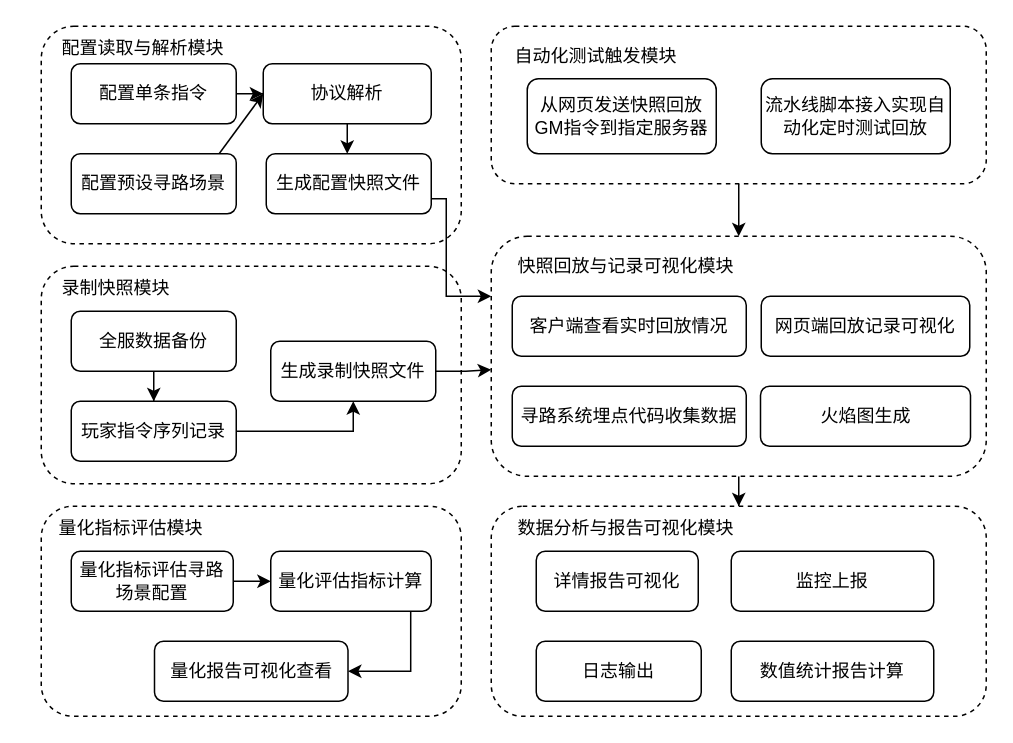
Earlier version of the draw.io diagram 系统模块图.drawio (Carol9s/Drawing). Source tidied: cells renumbered, new cells numbered last; positions are measured from the earlier drawing's top-left corner, leaving out a move shared by most shapes. Both pictures are drawn from the tidied source at 150%, with x=0, y=0 at pixel (26, 26).
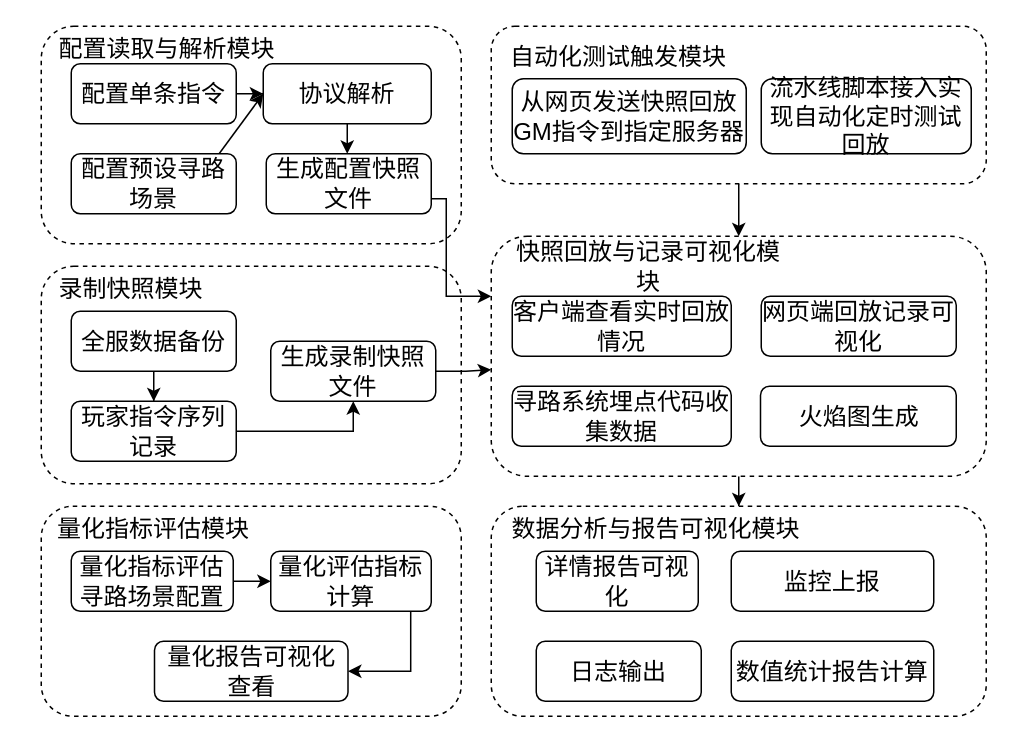
Above is the later version.

Commit message:
更新系统模块图.drawio

Diff of the diagram source:
```diff
@@
-    <mxCell id="2" style="edgeStyle=orthogonalEdgeStyle;rounded=0;jettySize=auto;html=1;entryX=0.5;entryY=0;entryDx=0;entryDy=0;" parent="1" edge="1" source="3" target="28">
+    <mxCell id="2" style="edgeStyle=orthogonalEdgeStyle;rounded=0;jettySize=auto;html=1;entryX=0.5;entryY=0;entryDx=0;entryDy=0;fontSize=16;" parent="1" edge="1" source="3" target="28">
       <mxGeometry relative="1" as="geometry" />
     </mxCell>
-    <mxCell id="3" style="rounded=1;whiteSpace=wrap;html=1;dashed=1;" parent="1" vertex="1">
+    <mxCell id="3" style="rounded=1;whiteSpace=wrap;html=1;dashed=1;fontSize=16;" parent="1" vertex="1">
       <mxGeometry x="310" y="140" width="330" height="160" as="geometry" />
     </mxCell>
-    <mxCell id="4" style="rounded=1;whiteSpace=wrap;html=1;dashed=1;" parent="1" vertex="1">
+    <mxCell id="4" style="rounded=1;whiteSpace=wrap;html=1;dashed=1;fontSize=16;" parent="1" vertex="1">
       <mxGeometry x="10" y="160" width="280" height="145" as="geometry" />
     </mxCell>
-    <mxCell id="5" style="rounded=1;whiteSpace=wrap;html=1;dashed=1;" parent="1" vertex="1">
+    <mxCell id="5" style="rounded=1;whiteSpace=wrap;html=1;dashed=1;fontSize=16;" parent="1" vertex="1">
       <mxGeometry x="10" width="280" height="145" as="geometry" />
     </mxCell>
-    <mxCell id="6" style="edgeStyle=orthogonalEdgeStyle;rounded=0;jettySize=auto;html=1;exitX=1;exitY=0.5;exitDx=0;exitDy=0;" parent="1" edge="1" source="7" target="11">
+    <mxCell id="6" style="edgeStyle=orthogonalEdgeStyle;rounded=0;jettySize=auto;html=1;exitX=1;exitY=0.5;exitDx=0;exitDy=0;fontSize=16;" parent="1" edge="1" source="7" target="11">
       <mxGeometry relative="1" as="geometry" />
     </mxCell>
-    <mxCell id="7" value="配置单条指令" style="rounded=1;whiteSpace=wrap;html=1;" parent="1" vertex="1">
+    <mxCell id="7" value="配置单条指令" style="rounded=1;whiteSpace=wrap;html=1;fontSize=16;" parent="1" vertex="1">
       <mxGeometry x="30" y="25" width="110" height="40" as="geometry" />
     </mxCell>
-    <mxCell id="8" style="rounded=0;jettySize=auto;html=1;entryX=0;entryY=0.5;entryDx=0;entryDy=0;exitX=0.885;exitY=0.042;exitDx=0;exitDy=0;exitPerimeter=0;" parent="1" edge="1" source="9" target="11">
+    <mxCell id="8" style="rounded=0;jettySize=auto;html=1;entryX=0;entryY=0.5;entryDx=0;entryDy=0;exitX=0.885;exitY=0.042;exitDx=0;exitDy=0;exitPerimeter=0;fontSize=16;" parent="1" edge="1" source="9" target="11">
       <mxGeometry relative="1" as="geometry" />
     </mxCell>
-    <mxCell id="9" value="配置预设寻路场景" style="rounded=1;whiteSpace=wrap;html=1;" parent="1" vertex="1">
+    <mxCell id="9" value="配置预设寻路场景" style="rounded=1;whiteSpace=wrap;html=1;fontSize=16;" parent="1" vertex="1">
       <mxGeometry x="30" y="85" width="110" height="40" as="geometry" />
     </mxCell>
-    <mxCell id="10" style="edgeStyle=orthogonalEdgeStyle;rounded=0;jettySize=auto;html=1;" parent="1" edge="1" source="11" target="13">
+    <mxCell id="10" style="edgeStyle=orthogonalEdgeStyle;rounded=0;jettySize=auto;html=1;fontSize=16;" parent="1" edge="1" source="11" target="13">
       <mxGeometry relative="1" as="geometry">
         <Array as="points">
           <mxPoint x="215" y="85" />
           <mxPoint x="215" y="85" />
         </Array>
       </mxGeometry>
     </mxCell>
-    <mxCell id="11" value="协议解析" style="rounded=1;whiteSpace=wrap;html=1;" parent="1" vertex="1">
+    <mxCell id="11" value="协议解析" style="rounded=1;whiteSpace=wrap;html=1;fontSize=16;" parent="1" vertex="1">
       <mxGeometry x="158" y="25" width="112" height="40" as="geometry" />
     </mxCell>
-    <mxCell id="12" style="edgeStyle=orthogonalEdgeStyle;rounded=0;jettySize=auto;html=1;entryX=0;entryY=0.25;entryDx=0;entryDy=0;" parent="1" edge="1" source="13" target="3">
+    <mxCell id="12" style="edgeStyle=orthogonalEdgeStyle;rounded=0;jettySize=auto;html=1;entryX=0;entryY=0.25;entryDx=0;entryDy=0;fontSize=16;" parent="1" edge="1" source="13" target="3">
       <mxGeometry relative="1" as="geometry">
         <Array as="points">
           <mxPoint x="280" y="115" />
           <mxPoint x="280" y="180" />
         </Array>
       </mxGeometry>
     </mxCell>
-    <mxCell id="13" value="生成配置快照文件" style="rounded=1;whiteSpace=wrap;html=1;" parent="1" vertex="1">
+    <mxCell id="13" value="生成配置快照文件" style="rounded=1;whiteSpace=wrap;html=1;fontSize=16;" parent="1" vertex="1">
       <mxGeometry x="160" y="85" width="110" height="40" as="geometry" />
     </mxCell>
-    <mxCell id="14" style="edgeStyle=orthogonalEdgeStyle;rounded=0;jettySize=auto;html=1;" parent="1" edge="1" source="15" target="17">
+    <mxCell id="14" style="edgeStyle=orthogonalEdgeStyle;rounded=0;jettySize=auto;html=1;fontSize=16;" parent="1" edge="1" source="15" target="17">
       <mxGeometry relative="1" as="geometry" />
     </mxCell>
-    <mxCell id="15" value="全服数据备份" style="rounded=1;whiteSpace=wrap;html=1;" parent="1" vertex="1">
+    <mxCell id="15" value="全服数据备份" style="rounded=1;whiteSpace=wrap;html=1;fontSize=16;" parent="1" vertex="1">
       <mxGeometry x="30" y="190" width="110" height="40" as="geometry" />
     </mxCell>
-    <mxCell id="16" style="rounded=0;jettySize=auto;html=1;entryX=0.5;entryY=1;entryDx=0;entryDy=0;edgeStyle=orthogonalEdgeStyle;" parent="1" edge="1" source="17" target="19">
+    <mxCell id="16" style="rounded=0;jettySize=auto;html=1;entryX=0.5;entryY=1;entryDx=0;entryDy=0;edgeStyle=orthogonalEdgeStyle;fontSize=16;" parent="1" edge="1" source="17" target="19">
       <mxGeometry relative="1" as="geometry" />
     </mxCell>
-    <mxCell id="17" value="玩家指令序列记录" style="rounded=1;whiteSpace=wrap;html=1;" parent="1" vertex="1">
+    <mxCell id="17" value="玩家指令序列记录" style="rounded=1;whiteSpace=wrap;html=1;fontSize=16;" parent="1" vertex="1">
       <mxGeometry x="30" y="250" width="110" height="40" as="geometry" />
     </mxCell>
-    <mxCell id="18" style="edgeStyle=orthogonalEdgeStyle;rounded=0;jettySize=auto;html=1;" parent="1" edge="1" source="19">
+    <mxCell id="18" style="edgeStyle=orthogonalEdgeStyle;rounded=0;jettySize=auto;html=1;fontSize=16;" parent="1" edge="1" source="19">
       <mxGeometry relative="1" as="geometry">
         <mxPoint x="310" y="229" as="targetPoint" />
       </mxGeometry>
     </mxCell>
-    <mxCell id="19" value="生成录制快照文件" style="rounded=1;whiteSpace=wrap;html=1;" parent="1" vertex="1">
+    <mxCell id="19" value="生成录制快照文件" style="rounded=1;whiteSpace=wrap;html=1;fontSize=16;" parent="1" vertex="1">
       <mxGeometry x="163" y="210" width="110" height="40" as="geometry" />
     </mxCell>
-    <mxCell id="20" style="edgeStyle=orthogonalEdgeStyle;rounded=0;jettySize=auto;html=1;entryX=0.5;entryY=0;entryDx=0;entryDy=0;" parent="1" edge="1" source="21" target="3">
+    <mxCell id="20" style="edgeStyle=orthogonalEdgeStyle;rounded=0;jettySize=auto;html=1;entryX=0.5;entryY=0;entryDx=0;entryDy=0;fontSize=16;" parent="1" edge="1" source="21" target="3">
       <mxGeometry relative="1" as="geometry" />
     </mxCell>
-    <mxCell id="21" style="rounded=1;whiteSpace=wrap;html=1;dashed=1;" parent="1" vertex="1">
+    <mxCell id="21" style="rounded=1;whiteSpace=wrap;html=1;dashed=1;fontSize=16;" parent="1" vertex="1">
       <mxGeometry x="310" width="330" height="105" as="geometry" />
     </mxCell>
-    <mxCell id="22" value="从网页发送快照回放GM指令到指定服务器" style="rounded=1;whiteSpace=wrap;html=1;" parent="1" vertex="1">
-      <mxGeometry x="334" y="35" width="126" height="50" as="geometry" />
+    <mxCell id="22" value="从网页发送快照回放GM指令到指定服务器" style="rounded=1;whiteSpace=wrap;html=1;fontSize=16;" parent="1" vertex="1">
+      <mxGeometry x="324" y="35" width="156" height="50" as="geometry" />
     </mxCell>
-    <mxCell id="23" value="流水线脚本接入实现自动化定时测试回放" style="rounded=1;whiteSpace=wrap;html=1;" parent="1" vertex="1">
-      <mxGeometry x="490" y="35" width="126" height="50" as="geometry" />
+    <mxCell id="23" value="流水线脚本接入实现自动化定时测试回放" style="rounded=1;whiteSpace=wrap;html=1;fontSize=16;" parent="1" vertex="1">
+      <mxGeometry x="490" y="35" width="140" height="50" as="geometry" />
     </mxCell>
-    <mxCell id="24" value="客户端查看实时回放情况" style="rounded=1;whiteSpace=wrap;html=1;" parent="1" vertex="1">
-      <mxGeometry x="324" y="180" width="156" height="40" as="geometry" />
+    <mxCell id="24" value="客户端查看实时回放情况" style="rounded=1;whiteSpace=wrap;html=1;fontSize=16;" parent="1" vertex="1">
+      <mxGeometry x="324" y="180" width="146" height="40" as="geometry" />
     </mxCell>
-    <mxCell id="25" value="网页端回放记录可视化" style="rounded=1;whiteSpace=wrap;html=1;" parent="1" vertex="1">
-      <mxGeometry x="490" y="180" width="139" height="40" as="geometry" />
+    <mxCell id="25" value="网页端回放记录可视化" style="rounded=1;whiteSpace=wrap;html=1;fontSize=16;" parent="1" vertex="1">
+      <mxGeometry x="490" y="180" width="130" height="40" as="geometry" />
     </mxCell>
-    <mxCell id="26" value="寻路系统埋点代码收集数据" style="rounded=1;whiteSpace=wrap;html=1;" parent="1" vertex="1">
-      <mxGeometry x="324" y="240" width="156" height="40" as="geometry" />
+    <mxCell id="26" value="寻路系统埋点代码收集数据" style="rounded=1;whiteSpace=wrap;html=1;fontSize=16;" parent="1" vertex="1">
+      <mxGeometry x="324" y="240" width="146" height="40" as="geometry" />
     </mxCell>
-    <mxCell id="27" value="火焰图生成" style="rounded=1;whiteSpace=wrap;html=1;" parent="1" vertex="1">
-      <mxGeometry x="489.5" y="240" width="140" height="40" as="geometry" />
+    <mxCell id="27" value="火焰图生成" style="rounded=1;whiteSpace=wrap;html=1;fontSize=16;" parent="1" vertex="1">
+      <mxGeometry x="489.5" y="240" width="130.5" height="40" as="geometry" />
     </mxCell>
-    <mxCell id="28" style="rounded=1;whiteSpace=wrap;html=1;dashed=1;" parent="1" vertex="1">
+    <mxCell id="28" style="rounded=1;whiteSpace=wrap;html=1;dashed=1;fontSize=16;" parent="1" vertex="1">
       <mxGeometry x="310" y="320" width="330" height="140" as="geometry" />
     </mxCell>
-    <mxCell id="29" value="详情报告可视化" style="rounded=1;whiteSpace=wrap;html=1;" parent="1" vertex="1">
+    <mxCell id="29" value="详情报告可视化" style="rounded=1;whiteSpace=wrap;html=1;fontSize=16;" parent="1" vertex="1">
       <mxGeometry x="340" y="350" width="108" height="40" as="geometry" />
     </mxCell>
-    <mxCell id="30" value="数值统计报告计算" style="rounded=1;whiteSpace=wrap;html=1;" parent="1" vertex="1">
+    <mxCell id="30" value="数值统计报告计算" style="rounded=1;whiteSpace=wrap;html=1;fontSize=16;" parent="1" vertex="1">
       <mxGeometry x="470" y="410" width="135" height="40" as="geometry" />
     </mxCell>
-    <mxCell id="31" value="日志输出" style="rounded=1;whiteSpace=wrap;html=1;" parent="1" vertex="1">
+    <mxCell id="31" value="日志输出" style="rounded=1;whiteSpace=wrap;html=1;fontSize=16;" parent="1" vertex="1">
       <mxGeometry x="340" y="410" width="110" height="40" as="geometry" />
     </mxCell>
-    <mxCell id="32" value="监控上报" style="rounded=1;whiteSpace=wrap;html=1;" parent="1" vertex="1">
+    <mxCell id="32" value="监控上报" style="rounded=1;whiteSpace=wrap;html=1;fontSize=16;" parent="1" vertex="1">
       <mxGeometry x="470" y="350" width="135" height="40" as="geometry" />
     </mxCell>
-    <mxCell id="33" style="rounded=1;whiteSpace=wrap;html=1;dashed=1;" parent="1" vertex="1">
+    <mxCell id="33" style="rounded=1;whiteSpace=wrap;html=1;dashed=1;fontSize=16;" parent="1" vertex="1">
       <mxGeometry x="10" y="320" width="280" height="140" as="geometry" />
     </mxCell>
-    <mxCell id="34" style="edgeStyle=orthogonalEdgeStyle;rounded=0;jettySize=auto;html=1;" parent="1" edge="1" source="35" target="38">
+    <mxCell id="34" style="edgeStyle=orthogonalEdgeStyle;rounded=0;jettySize=auto;html=1;fontSize=16;" parent="1" edge="1" source="35" target="38">
       <mxGeometry relative="1" as="geometry" />
     </mxCell>
-    <mxCell id="35" value="量化指标评估寻路场景配置" style="rounded=1;whiteSpace=wrap;html=1;" parent="1" vertex="1">
+    <mxCell id="35" value="量化指标评估寻路场景配置" style="rounded=1;whiteSpace=wrap;html=1;fontSize=16;" parent="1" vertex="1">
       <mxGeometry x="30" y="350" width="108" height="40" as="geometry" />
     </mxCell>
-    <mxCell id="36" value="量化报告可视化查看" style="rounded=1;whiteSpace=wrap;html=1;" parent="1" vertex="1">
+    <mxCell id="36" value="量化报告可视化查看" style="rounded=1;whiteSpace=wrap;html=1;fontSize=16;" parent="1" vertex="1">
       <mxGeometry x="85.5" y="410" width="129" height="40" as="geometry" />
     </mxCell>
-    <mxCell id="37" style="edgeStyle=orthogonalEdgeStyle;rounded=0;jettySize=auto;html=1;exitX=0.872;exitY=1.006;exitDx=0;exitDy=0;entryX=1;entryY=0.5;entryDx=0;entryDy=0;exitPerimeter=0;" parent="1" edge="1" source="38" target="36">
+    <mxCell id="37" style="edgeStyle=orthogonalEdgeStyle;rounded=0;jettySize=auto;html=1;exitX=0.872;exitY=1.006;exitDx=0;exitDy=0;entryX=1;entryY=0.5;entryDx=0;entryDy=0;exitPerimeter=0;fontSize=16;" parent="1" edge="1" source="38" target="36">
       <mxGeometry relative="1" as="geometry">
         <Array as="points">
           <mxPoint x="256" y="430" />
         </Array>
       </mxGeometry>
     </mxCell>
-    <mxCell id="38" value="量化评估指标计算" style="rounded=1;whiteSpace=wrap;html=1;" parent="1" vertex="1">
+    <mxCell id="38" value="量化评估指标计算" style="rounded=1;whiteSpace=wrap;html=1;fontSize=16;" parent="1" vertex="1">
       <mxGeometry x="163" y="350" width="107" height="40" as="geometry" />
     </mxCell>
-    <mxCell id="39" value="配置读取与解析模块" style="text;html=1;strokeColor=none;fillColor=none;align=center;verticalAlign=middle;whiteSpace=wrap;rounded=0;" parent="1" vertex="1">
-      <mxGeometry x="18" width="120" height="30" as="geometry" />
+    <mxCell id="39" value="配置读取与解析模块" style="text;html=1;strokeColor=none;fillColor=none;align=center;verticalAlign=middle;whiteSpace=wrap;rounded=0;fontSize=16;" parent="1" vertex="1">
+      <mxGeometry x="18" width="152" height="30" as="geometry" />
     </mxCell>
-    <mxCell id="40" value="录制快照模块" style="text;html=1;strokeColor=none;fillColor=none;align=center;verticalAlign=middle;whiteSpace=wrap;rounded=0;" parent="1" vertex="1">
-      <mxGeometry y="160" width="120" height="30" as="geometry" />
+    <mxCell id="40" value="录制快照模块" style="text;html=1;strokeColor=none;fillColor=none;align=center;verticalAlign=middle;whiteSpace=wrap;rounded=0;fontSize=16;" parent="1" vertex="1">
+      <mxGeometry x="10" y="160" width="120" height="30" as="geometry" />
     </mxCell>
-    <mxCell id="41" value="量化指标评估模块" style="text;html=1;strokeColor=none;fillColor=none;align=center;verticalAlign=middle;whiteSpace=wrap;rounded=0;" parent="1" vertex="1">
-      <mxGeometry x="10" y="320" width="120" height="30" as="geometry" />
+    <mxCell id="41" value="量化指标评估模块" style="text;html=1;strokeColor=none;fillColor=none;align=center;verticalAlign=middle;whiteSpace=wrap;rounded=0;fontSize=16;" parent="1" vertex="1">
+      <mxGeometry x="10" y="320" width="150" height="30" as="geometry" />
     </mxCell>
-    <mxCell id="42" value="自动化测试触发模块" style="text;html=1;strokeColor=none;fillColor=none;align=center;verticalAlign=middle;whiteSpace=wrap;rounded=0;" parent="1" vertex="1">
-      <mxGeometry x="320" y="5" width="120" height="30" as="geometry" />
+    <mxCell id="42" value="自动化测试触发模块" style="text;html=1;strokeColor=none;fillColor=none;align=center;verticalAlign=middle;whiteSpace=wrap;rounded=0;fontSize=16;" parent="1" vertex="1">
+      <mxGeometry x="320" y="5" width="150" height="30" as="geometry" />
     </mxCell>
-    <mxCell id="43" value="快照回放与记录可视化模块" style="text;html=1;strokeColor=none;fillColor=none;align=center;verticalAlign=middle;whiteSpace=wrap;rounded=0;" parent="1" vertex="1">
-      <mxGeometry x="320" y="145" width="160" height="30" as="geometry" />
+    <mxCell id="43" value="快照回放与记录可视化模块" style="text;html=1;strokeColor=none;fillColor=none;align=center;verticalAlign=middle;whiteSpace=wrap;rounded=0;fontSize=16;" parent="1" vertex="1">
+      <mxGeometry x="320" y="145" width="190" height="30" as="geometry" />
     </mxCell>
-    <mxCell id="44" value="数据分析与报告可视化模块" style="text;html=1;strokeColor=none;fillColor=none;align=center;verticalAlign=middle;whiteSpace=wrap;rounded=0;" parent="1" vertex="1">
-      <mxGeometry x="320" y="320" width="160" height="30" as="geometry" />
+    <mxCell id="44" value="数据分析与报告可视化模块" style="text;html=1;strokeColor=none;fillColor=none;align=center;verticalAlign=middle;whiteSpace=wrap;rounded=0;fontSize=16;" parent="1" vertex="1">
+      <mxGeometry x="320" y="320" width="200" height="30" as="geometry" />
     </mxCell>
```
